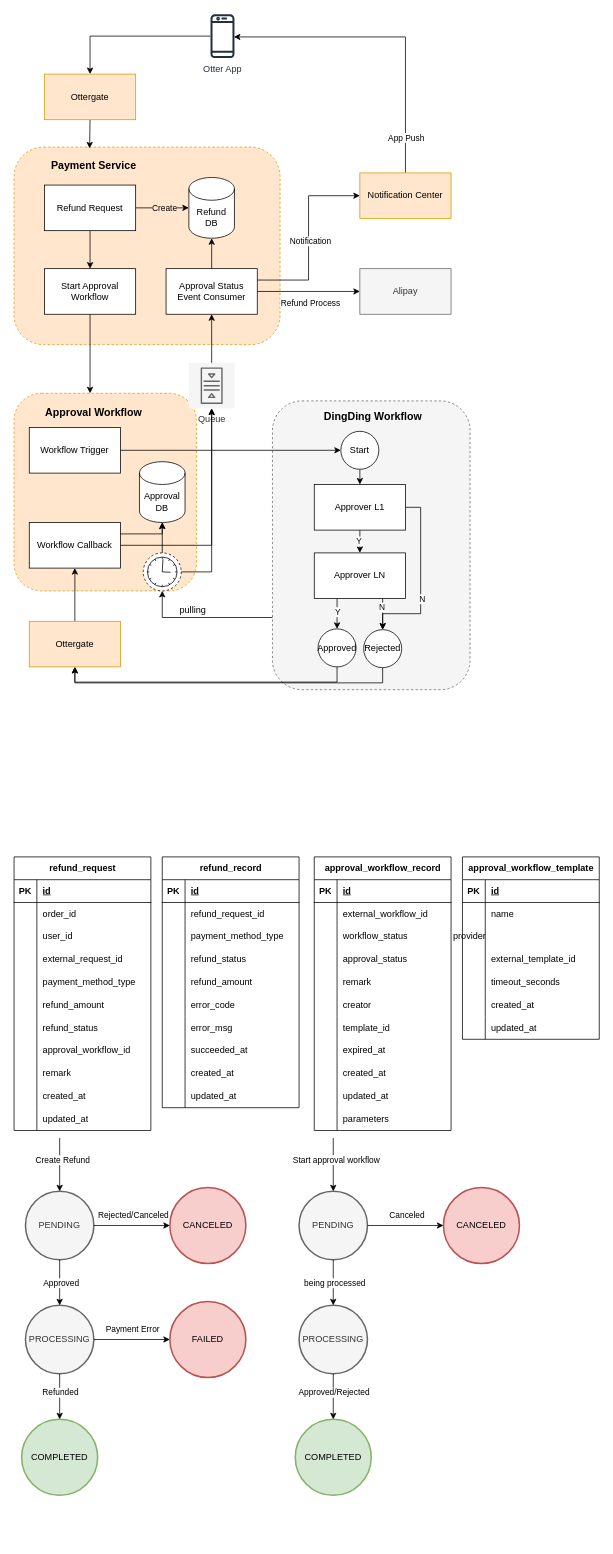
Before: Refund Process.drawio in evagle/awesome, a draw.io diagram. Source tidied: cells renumbered, new cells numbered last; positions are measured from the earlier drawing's top-left corner, leaving out a move shared by most shapes. Both pictures are drawn from the tidied source at 76%, with x=0, y=0 at pixel (14, 13).
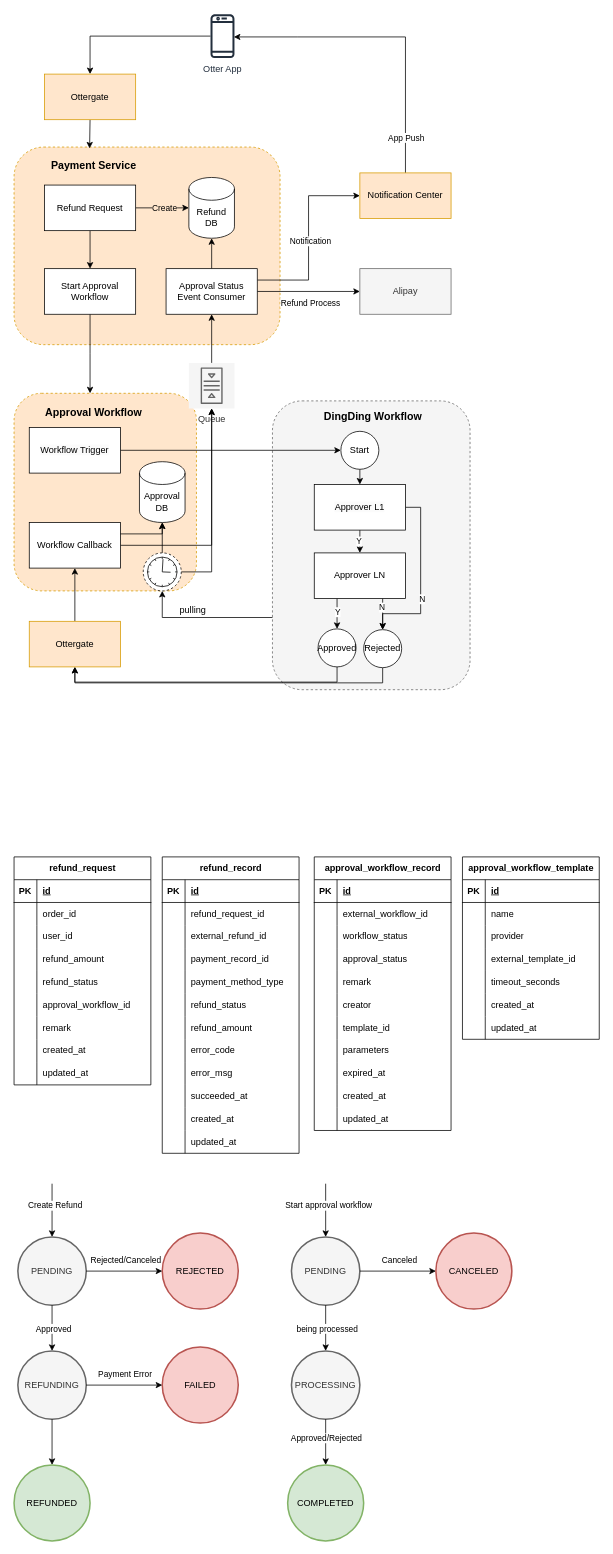
The same diagram, later.

Unchanged cells that the change refers to:
```xml
<mxCell id="86" value="approval_workflow_record" style="shape=table;startSize=30;childLayout=tableLayout;rowLines=0;fontStyle=1;align=center;html=1;" parent="1" vertex="1">
  <mxGeometry x="395" y="1110" width="180" height="360" as="geometry" />
</mxCell>
<mxCell id="131" style="edgeStyle=orthogonalEdgeStyle;rounded=0;jettySize=auto;html=1;exitX=0.5;exitY=1;exitDx=0;exitDy=0;exitPerimeter=0;entryX=0.5;entryY=0;entryDx=0;entryDy=0;entryPerimeter=0;" parent="1" edge="1" source="122" target="123">
  <mxGeometry relative="1" as="geometry" />
</mxCell>
```

Diff of the diagram source:
```diff
@@
     <mxCell id="52" value="refund_request" style="shape=table;startSize=30;childLayout=tableLayout;rowLines=0;fontStyle=1;align=center;html=1;" parent="1" vertex="1">
-      <mxGeometry y="1110" width="180" height="360" as="geometry" />
+      <mxGeometry y="1110" width="180" height="300" as="geometry" />
     </mxCell>
@@
-    <mxCell id="62" style="shape=tableRow;horizontal=0;startSize=0;swimlaneHead=0;swimlaneBody=0;fillColor=none;top=0;left=0;right=0;bottom=0;" parent="52" vertex="1">
-      <mxGeometry y="120" width="180" height="30" as="geometry" />
-    </mxCell>
-    <mxCell id="63" style="shape=partialRectangle;fillColor=none;top=0;left=0;bottom=0;right=0;overflow=hidden;whiteSpace=wrap;html=1;" parent="62" vertex="1">
-      <mxGeometry width="30" height="30" as="geometry" />
-    </mxCell>
-    <mxCell id="64" value="external_request_id" style="shape=partialRectangle;fillColor=none;top=0;left=0;bottom=0;right=0;align=left;spacingLeft=6;overflow=hidden;whiteSpace=wrap;html=1;" parent="62" vertex="1">
-      <mxGeometry x="30" width="150" height="30" as="geometry" />
-    </mxCell>
-    <mxCell id="65" style="shape=tableRow;horizontal=0;startSize=0;swimlaneHead=0;swimlaneBody=0;fillColor=none;top=0;left=0;right=0;bottom=0;" parent="52" vertex="1">
-      <mxGeometry y="150" width="180" height="30" as="geometry" />
-    </mxCell>
-    <mxCell id="66" style="shape=partialRectangle;fillColor=none;top=0;left=0;bottom=0;right=0;overflow=hidden;whiteSpace=wrap;html=1;" parent="65" vertex="1">
-      <mxGeometry width="30" height="30" as="geometry" />
-    </mxCell>
-    <mxCell id="67" value="payment_method_type" style="shape=partialRectangle;fillColor=none;top=0;left=0;bottom=0;right=0;align=left;spacingLeft=6;overflow=hidden;whiteSpace=wrap;html=1;" parent="65" vertex="1">
-      <mxGeometry x="30" width="150" height="30" as="geometry" />
-    </mxCell>
     <mxCell id="68" style="shape=tableRow;horizontal=0;startSize=0;swimlaneHead=0;swimlaneBody=0;fillColor=none;top=0;left=0;right=0;bottom=0;" parent="52" vertex="1">
-      <mxGeometry y="180" width="180" height="30" as="geometry" />
+      <mxGeometry y="120" width="180" height="30" as="geometry" />
     </mxCell>
@@
     <mxCell id="71" style="shape=tableRow;horizontal=0;startSize=0;swimlaneHead=0;swimlaneBody=0;fillColor=none;top=0;left=0;right=0;bottom=0;" parent="52" vertex="1">
-      <mxGeometry y="210" width="180" height="30" as="geometry" />
+      <mxGeometry y="150" width="180" height="30" as="geometry" />
     </mxCell>
@@
     <mxCell id="74" style="shape=tableRow;horizontal=0;startSize=0;swimlaneHead=0;swimlaneBody=0;fillColor=none;top=0;left=0;right=0;bottom=0;" parent="52" vertex="1">
-      <mxGeometry y="240" width="180" height="30" as="geometry" />
+      <mxGeometry y="180" width="180" height="30" as="geometry" />
     </mxCell>
@@
     <mxCell id="77" style="shape=tableRow;horizontal=0;startSize=0;swimlaneHead=0;swimlaneBody=0;fillColor=none;top=0;left=0;right=0;bottom=0;" parent="52" vertex="1">
-      <mxGeometry y="270" width="180" height="30" as="geometry" />
+      <mxGeometry y="210" width="180" height="30" as="geometry" />
     </mxCell>
@@
     <mxCell id="80" style="shape=tableRow;horizontal=0;startSize=0;swimlaneHead=0;swimlaneBody=0;fillColor=none;top=0;left=0;right=0;bottom=0;" parent="52" vertex="1">
-      <mxGeometry y="300" width="180" height="30" as="geometry" />
+      <mxGeometry y="240" width="180" height="30" as="geometry" />
     </mxCell>
@@
     <mxCell id="83" style="shape=tableRow;horizontal=0;startSize=0;swimlaneHead=0;swimlaneBody=0;fillColor=none;top=0;left=0;right=0;bottom=0;" parent="52" vertex="1">
-      <mxGeometry y="330" width="180" height="30" as="geometry" />
+      <mxGeometry y="270" width="180" height="30" as="geometry" />
     </mxCell>
@@
+    <mxCell id="117" style="shape=tableRow;horizontal=0;startSize=0;swimlaneHead=0;swimlaneBody=0;fillColor=none;top=0;left=0;right=0;bottom=0;" parent="86" vertex="1">
+      <mxGeometry y="240" width="180" height="30" as="geometry" />
+    </mxCell>
+    <mxCell id="118" style="shape=partialRectangle;fillColor=none;top=0;left=0;bottom=0;right=0;overflow=hidden;whiteSpace=wrap;html=1;" parent="117" vertex="1">
+      <mxGeometry width="30" height="30" as="geometry" />
+    </mxCell>
+    <mxCell id="119" value="parameters" style="shape=partialRectangle;fillColor=none;top=0;left=0;bottom=0;right=0;align=left;spacingLeft=6;overflow=hidden;whiteSpace=wrap;html=1;" parent="117" vertex="1">
+      <mxGeometry x="30" width="150" height="30" as="geometry" />
+    </mxCell>
     <mxCell id="108" style="shape=tableRow;horizontal=0;startSize=0;swimlaneHead=0;swimlaneBody=0;fillColor=none;top=0;left=0;right=0;bottom=0;" parent="86" vertex="1">
-      <mxGeometry y="240" width="180" height="30" as="geometry" />
+      <mxGeometry y="270" width="180" height="30" as="geometry" />
     </mxCell>
@@
     <mxCell id="111" style="shape=tableRow;horizontal=0;startSize=0;swimlaneHead=0;swimlaneBody=0;fillColor=none;top=0;left=0;right=0;bottom=0;" parent="86" vertex="1">
-      <mxGeometry y="270" width="180" height="30" as="geometry" />
+      <mxGeometry y="300" width="180" height="30" as="geometry" />
     </mxCell>
@@
     <mxCell id="114" style="shape=tableRow;horizontal=0;startSize=0;swimlaneHead=0;swimlaneBody=0;fillColor=none;top=0;left=0;right=0;bottom=0;" parent="86" vertex="1">
-      <mxGeometry y="300" width="180" height="30" as="geometry" />
+      <mxGeometry y="330" width="180" height="30" as="geometry" />
     </mxCell>
@@
-    <mxCell id="117" style="shape=tableRow;horizontal=0;startSize=0;swimlaneHead=0;swimlaneBody=0;fillColor=none;top=0;left=0;right=0;bottom=0;" parent="86" vertex="1">
-      <mxGeometry y="330" width="180" height="30" as="geometry" />
-    </mxCell>
-    <mxCell id="118" style="shape=partialRectangle;fillColor=none;top=0;left=0;bottom=0;right=0;overflow=hidden;whiteSpace=wrap;html=1;" parent="117" vertex="1">
-      <mxGeometry width="30" height="30" as="geometry" />
-    </mxCell>
-    <mxCell id="119" value="parameters" style="shape=partialRectangle;fillColor=none;top=0;left=0;bottom=0;right=0;align=left;spacingLeft=6;overflow=hidden;whiteSpace=wrap;html=1;" parent="117" vertex="1">
-      <mxGeometry x="30" width="150" height="30" as="geometry" />
-    </mxCell>
     <mxCell id="120" value="PENDING" style="strokeWidth=2;html=1;shape=mxgraph.flowchart.start_2;whiteSpace=wrap;fillColor=#f5f5f5;fontColor=#333333;strokeColor=#666666;" parent="1" vertex="1">
-      <mxGeometry x="15" y="1550" width="90" height="90" as="geometry" />
+      <mxGeometry x="5" y="1610" width="90" height="90" as="geometry" />
     </mxCell>
-    <mxCell id="121" value="CANCELED" style="strokeWidth=2;html=1;shape=mxgraph.flowchart.start_2;whiteSpace=wrap;fillColor=#f8cecc;strokeColor=#b85450;" parent="1" vertex="1">
-      <mxGeometry x="205" y="1545" width="100" height="100" as="geometry" />
+    <mxCell id="121" value="REJECTED" style="strokeWidth=2;html=1;shape=mxgraph.flowchart.start_2;whiteSpace=wrap;fillColor=#f8cecc;strokeColor=#b85450;" parent="1" vertex="1">
+      <mxGeometry x="195" y="1605" width="100" height="100" as="geometry" />
     </mxCell>
-    <mxCell id="122" value="PROCESSING" style="strokeWidth=2;html=1;shape=mxgraph.flowchart.start_2;whiteSpace=wrap;fillColor=#f5f5f5;fontColor=#333333;strokeColor=#666666;" parent="1" vertex="1">
-      <mxGeometry x="15" y="1700" width="90" height="90" as="geometry" />
+    <mxCell id="122" value="REFUNDING" style="strokeWidth=2;html=1;shape=mxgraph.flowchart.start_2;whiteSpace=wrap;fillColor=#f5f5f5;fontColor=#333333;strokeColor=#666666;" parent="1" vertex="1">
+      <mxGeometry x="5" y="1760" width="90" height="90" as="geometry" />
     </mxCell>
-    <mxCell id="123" value="COMPLETED" style="strokeWidth=2;html=1;shape=mxgraph.flowchart.start_2;whiteSpace=wrap;fillColor=#d5e8d4;strokeColor=#82b366;" parent="1" vertex="1">
-      <mxGeometry x="10" y="1850" width="100" height="100" as="geometry" />
+    <mxCell id="123" value="REFUNDED" style="strokeWidth=2;html=1;shape=mxgraph.flowchart.start_2;whiteSpace=wrap;fillColor=#d5e8d4;strokeColor=#82b366;" parent="1" vertex="1">
+      <mxGeometry y="1910" width="100" height="100" as="geometry" />
     </mxCell>
     <mxCell id="124" value="FAILED" style="strokeWidth=2;html=1;shape=mxgraph.flowchart.start_2;whiteSpace=wrap;fillColor=#f8cecc;strokeColor=#b85450;" parent="1" vertex="1">
-      <mxGeometry x="205" y="1695" width="100" height="100" as="geometry" />
+      <mxGeometry x="195" y="1755" width="100" height="100" as="geometry" />
     </mxCell>
     <mxCell id="125" style="endArrow=classic;html=1;rounded=0;entryX=0.5;entryY=0;entryDx=0;entryDy=0;entryPerimeter=0;" parent="1" edge="1" target="120">
       <mxGeometry relative="1" as="geometry">
-        <mxPoint x="60" y="1480" as="sourcePoint" />
+        <mxPoint x="50" y="1540" as="sourcePoint" />
       </mxGeometry>
     </mxCell>
@@
-    <mxCell id="132" value="Refunded" style="edgeLabel;html=1;align=center;verticalAlign=middle;" parent="131" vertex="1">
-      <mxGeometry x="-0.19" relative="1" as="geometry" />
-    </mxCell>
@@
     <mxCell id="135" value="PENDING" style="strokeWidth=2;html=1;shape=mxgraph.flowchart.start_2;whiteSpace=wrap;fillColor=#f5f5f5;fontColor=#333333;strokeColor=#666666;" parent="1" vertex="1">
-      <mxGeometry x="375" y="1550" width="90" height="90" as="geometry" />
+      <mxGeometry x="365" y="1610" width="90" height="90" as="geometry" />
     </mxCell>
     <mxCell id="136" value="CANCELED" style="strokeWidth=2;html=1;shape=mxgraph.flowchart.start_2;whiteSpace=wrap;fillColor=#f8cecc;strokeColor=#b85450;" parent="1" vertex="1">
-      <mxGeometry x="565" y="1545" width="100" height="100" as="geometry" />
+      <mxGeometry x="555" y="1605" width="100" height="100" as="geometry" />
     </mxCell>
     <mxCell id="137" value="PROCESSING" style="strokeWidth=2;html=1;shape=mxgraph.flowchart.start_2;whiteSpace=wrap;fillColor=#f5f5f5;fontColor=#333333;strokeColor=#666666;" parent="1" vertex="1">
-      <mxGeometry x="375" y="1700" width="90" height="90" as="geometry" />
+      <mxGeometry x="365" y="1760" width="90" height="90" as="geometry" />
     </mxCell>
     <mxCell id="138" value="COMPLETED" style="strokeWidth=2;html=1;shape=mxgraph.flowchart.start_2;whiteSpace=wrap;fillColor=#d5e8d4;strokeColor=#82b366;" parent="1" vertex="1">
-      <mxGeometry x="370" y="1850" width="100" height="100" as="geometry" />
+      <mxGeometry x="360" y="1910" width="100" height="100" as="geometry" />
     </mxCell>
     <mxCell id="139" style="endArrow=classic;html=1;rounded=0;entryX=0.5;entryY=0;entryDx=0;entryDy=0;entryPerimeter=0;" parent="1" edge="1" target="135">
       <mxGeometry relative="1" as="geometry">
-        <mxPoint x="420" y="1480" as="sourcePoint" />
+        <mxPoint x="410" y="1540" as="sourcePoint" />
       </mxGeometry>
     </mxCell>
@@
     <mxCell id="169" value="provider" style="shape=partialRectangle;fillColor=none;top=0;left=0;bottom=0;right=0;align=left;spacingLeft=6;overflow=hidden;whiteSpace=wrap;html=1;" parent="1" vertex="1">
-      <mxGeometry x="570" y="1200" width="150" height="30" as="geometry" />
+      <mxGeometry x="620" y="1200" width="150" height="30" as="geometry" />
     </mxCell>
@@
     <mxCell id="177" value="refund_record" style="shape=table;startSize=30;childLayout=tableLayout;rowLines=0;fontStyle=1;align=center;html=1;" parent="1" vertex="1">
-      <mxGeometry x="195" y="1110" width="180" height="330" as="geometry" />
+      <mxGeometry x="195" y="1110" width="180" height="390" as="geometry" />
     </mxCell>
@@
+    <mxCell id="62" style="shape=tableRow;horizontal=0;startSize=0;swimlaneHead=0;swimlaneBody=0;fillColor=none;top=0;left=0;right=0;bottom=0;" parent="177" vertex="1">
+      <mxGeometry y="90" width="180" height="30" as="geometry" />
+    </mxCell>
+    <mxCell id="63" style="shape=partialRectangle;fillColor=none;top=0;left=0;bottom=0;right=0;overflow=hidden;whiteSpace=wrap;html=1;" parent="62" vertex="1">
+      <mxGeometry width="30" height="30" as="geometry" />
+    </mxCell>
+    <mxCell id="64" value="external_refund_id" style="shape=partialRectangle;fillColor=none;top=0;left=0;bottom=0;right=0;align=left;spacingLeft=6;overflow=hidden;whiteSpace=wrap;html=1;" parent="62" vertex="1">
+      <mxGeometry x="30" width="150" height="30" as="geometry" />
+    </mxCell>
+    <mxCell id="209" style="shape=tableRow;horizontal=0;startSize=0;swimlaneHead=0;swimlaneBody=0;fillColor=none;top=0;left=0;right=0;bottom=0;" parent="177" vertex="1">
+      <mxGeometry y="120" width="180" height="30" as="geometry" />
+    </mxCell>
+    <mxCell id="66" style="shape=partialRectangle;fillColor=none;top=0;left=0;bottom=0;right=0;overflow=hidden;whiteSpace=wrap;html=1;" parent="209" vertex="1">
+      <mxGeometry width="30" height="30" as="geometry" />
+    </mxCell>
+    <mxCell id="210" value="payment_record_id" style="shape=partialRectangle;fillColor=none;top=0;left=0;bottom=0;right=0;align=left;spacingLeft=6;overflow=hidden;whiteSpace=wrap;html=1;" parent="209" vertex="1">
+      <mxGeometry x="30" width="150" height="30" as="geometry" />
+    </mxCell>
     <mxCell id="184" style="shape=tableRow;horizontal=0;startSize=0;swimlaneHead=0;swimlaneBody=0;fillColor=none;top=0;left=0;right=0;bottom=0;" parent="177" vertex="1">
-      <mxGeometry y="90" width="180" height="30" as="geometry" />
+      <mxGeometry y="150" width="180" height="30" as="geometry" />
     </mxCell>
@@
     <mxCell id="187" style="shape=tableRow;horizontal=0;startSize=0;swimlaneHead=0;swimlaneBody=0;fillColor=none;top=0;left=0;right=0;bottom=0;" parent="177" vertex="1">
-      <mxGeometry y="120" width="180" height="30" as="geometry" />
+      <mxGeometry y="180" width="180" height="30" as="geometry" />
     </mxCell>
@@
     <mxCell id="190" style="shape=tableRow;horizontal=0;startSize=0;swimlaneHead=0;swimlaneBody=0;fillColor=none;top=0;left=0;right=0;bottom=0;" parent="177" vertex="1">
-      <mxGeometry y="150" width="180" height="30" as="geometry" />
+      <mxGeometry y="210" width="180" height="30" as="geometry" />
     </mxCell>
@@
     <mxCell id="193" style="shape=tableRow;horizontal=0;startSize=0;swimlaneHead=0;swimlaneBody=0;fillColor=none;top=0;left=0;right=0;bottom=0;" parent="177" vertex="1">
-      <mxGeometry y="180" width="180" height="30" as="geometry" />
+      <mxGeometry y="240" width="180" height="30" as="geometry" />
     </mxCell>
@@
     <mxCell id="196" style="shape=tableRow;horizontal=0;startSize=0;swimlaneHead=0;swimlaneBody=0;fillColor=none;top=0;left=0;right=0;bottom=0;" parent="177" vertex="1">
-      <mxGeometry y="210" width="180" height="30" as="geometry" />
+      <mxGeometry y="270" width="180" height="30" as="geometry" />
     </mxCell>
@@
     <mxCell id="199" style="shape=tableRow;horizontal=0;startSize=0;swimlaneHead=0;swimlaneBody=0;fillColor=none;top=0;left=0;right=0;bottom=0;" parent="177" vertex="1">
-      <mxGeometry y="240" width="180" height="30" as="geometry" />
+      <mxGeometry y="300" width="180" height="30" as="geometry" />
     </mxCell>
@@
     <mxCell id="202" style="shape=tableRow;horizontal=0;startSize=0;swimlaneHead=0;swimlaneBody=0;fillColor=none;top=0;left=0;right=0;bottom=0;" parent="177" vertex="1">
-      <mxGeometry y="270" width="180" height="30" as="geometry" />
+      <mxGeometry y="330" width="180" height="30" as="geometry" />
     </mxCell>
@@
     <mxCell id="205" style="shape=tableRow;horizontal=0;startSize=0;swimlaneHead=0;swimlaneBody=0;fillColor=none;top=0;left=0;right=0;bottom=0;" parent="177" vertex="1">
-      <mxGeometry y="300" width="180" height="30" as="geometry" />
+      <mxGeometry y="360" width="180" height="30" as="geometry" />
     </mxCell>
```
